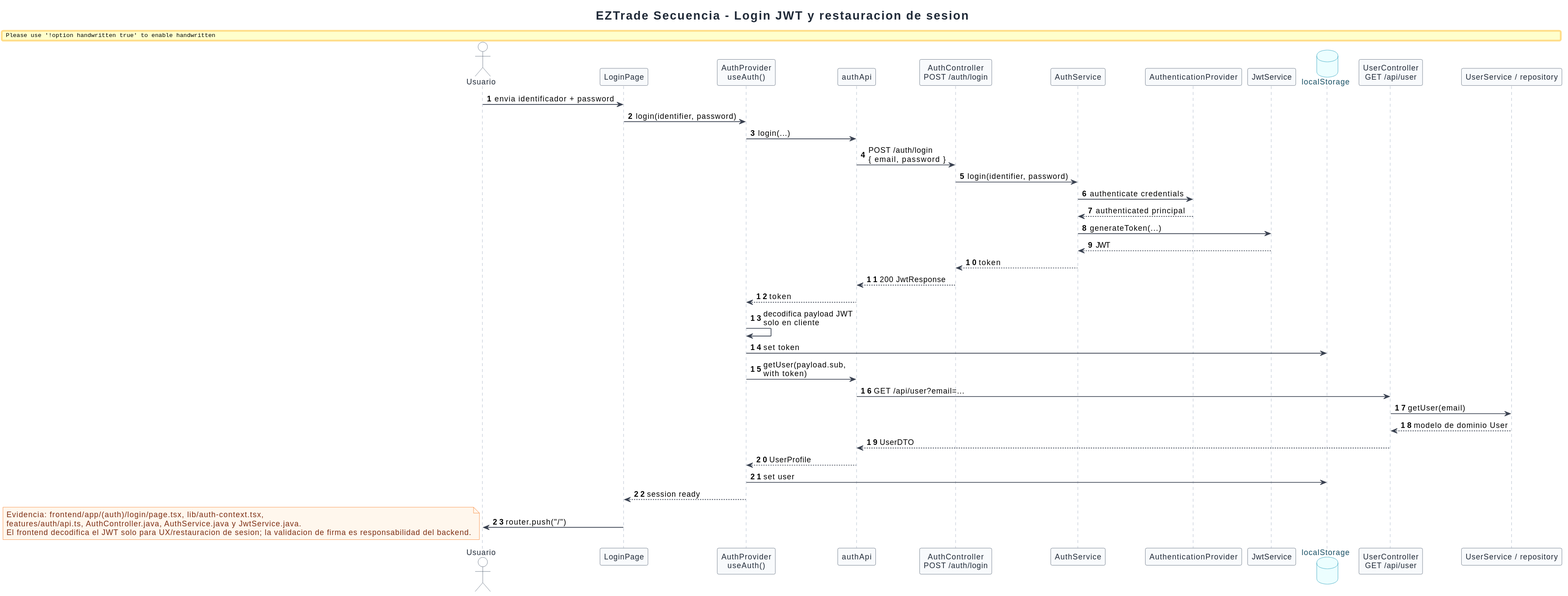
Above: EZTrade/docs/engineering-diagrams/05-sequence/rendered/auth-login-sequence.svg in SergioGarciaRuiz557/EZTrade (PlantUML), before the change.
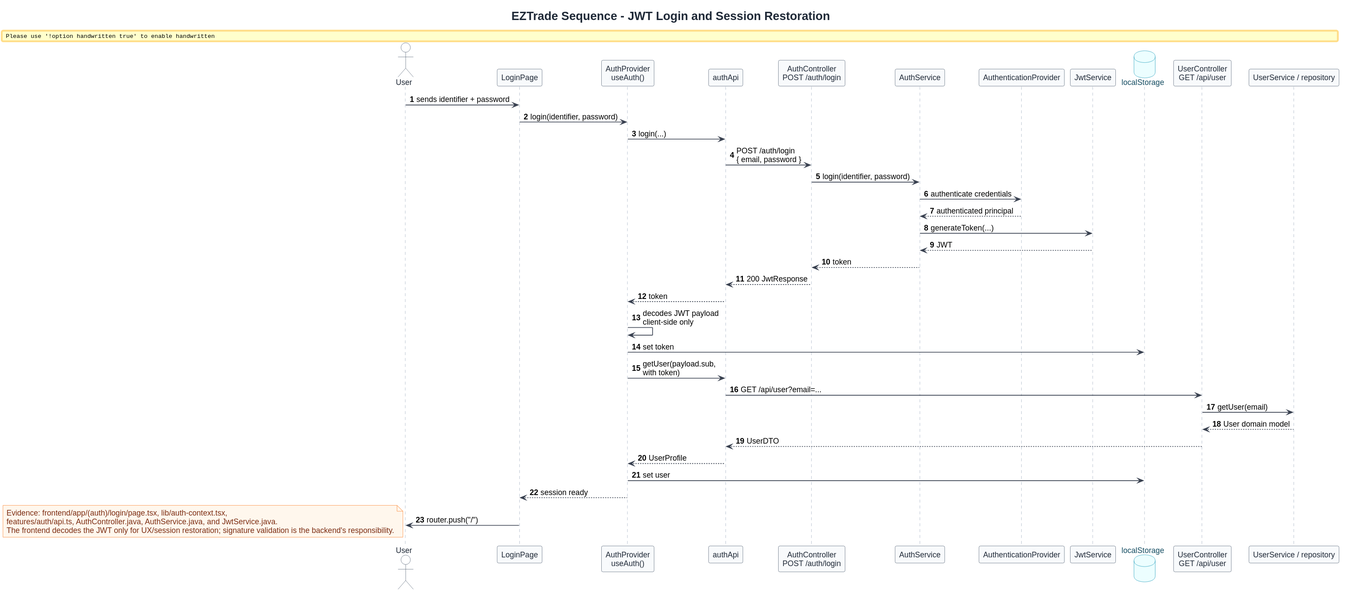
After the change.

What changed in the source:
```diff
@@ -1,10 +1,10 @@
 @startuml
 !include ../../common/eztrade-style.puml
 
-title EZTrade Secuencia - Login JWT y restauracion de sesion
+title EZTrade Sequence - JWT Login and Session Restoration
 autonumber
 
-actor "Usuario" as User
+actor "User" as User
 participant "LoginPage" as LoginPage
 participant "AuthProvider\nuseAuth()" as AuthProvider
 participant "authApi" as AuthApi
@@ -16,7 +16,7 @@
 participant "UserController\nGET /api/user" as UserController
 participant "UserService / repository" as UserService
 
-User -> LoginPage : envia identificador + password
+User -> LoginPage : sends identifier + password
 LoginPage -> AuthProvider : login(identifier, password)
 AuthProvider -> AuthApi : login(...)
 AuthApi -> AuthController : POST /auth/login\n{ email, password }
@@ -28,12 +28,12 @@
 AuthService --> AuthController : token
 AuthController --> AuthApi : 200 JwtResponse
 AuthApi --> AuthProvider : token
-AuthProvider -> AuthProvider : decodifica payload JWT\nsolo en cliente
+AuthProvider -> AuthProvider : decodes JWT payload\nclient-side only
 AuthProvider -> LocalStorage : set token
 AuthProvider -> AuthApi : getUser(payload.sub,\nwith token)
 AuthApi -> UserController : GET /api/user?email=...
 UserController -> UserService : getUser(email)
-UserService --> UserController : modelo de dominio User
+UserService --> UserController : User domain model
 UserController --> AuthApi : UserDTO
 AuthApi --> AuthProvider : UserProfile
 AuthProvider -> LocalStorage : set user
@@ -41,8 +41,8 @@
 LoginPage -> User : router.push("/")
 
 note bottom
-Evidencia: frontend/app/(auth)/login/page.tsx, lib/auth-context.tsx,
-features/auth/api.ts, AuthController.java, AuthService.java y JwtService.java.
-El frontend decodifica el JWT solo para UX/restauracion de sesion; la validacion de firma es responsabilidad del backend.
+Evidence: frontend/app/(auth)/login/page.tsx, lib/auth-context.tsx,
+features/auth/api.ts, AuthController.java, AuthService.java, and JwtService.java.
+The frontend decodes the JWT only for UX/session restoration; signature validation is the backend's responsibility.
 end note
 @enduml
```
